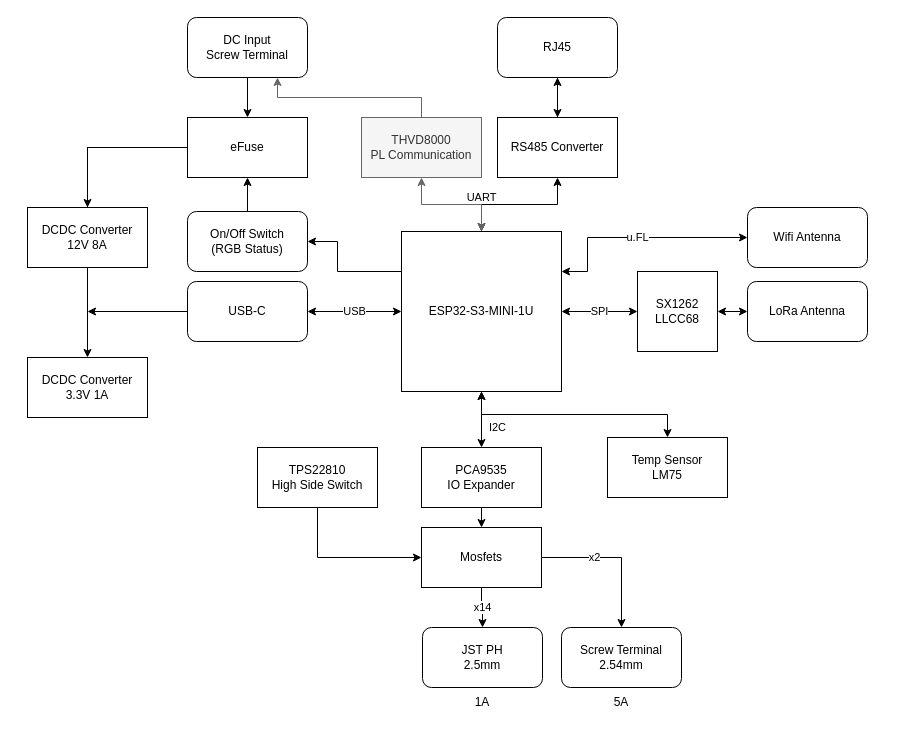
Before: pcb/display/_dev/Diagram_Display.drawio in DLaxV-Community-Projects-Hub/Open-Shot-Clock, a draw.io diagram. Source tidied: cells renumbered, new cells numbered last; positions are measured from the earlier drawing's top-left corner, leaving out a move shared by most shapes. Both pictures are drawn from the tidied source at 100%, with x=0, y=0 at pixel (27, 17).
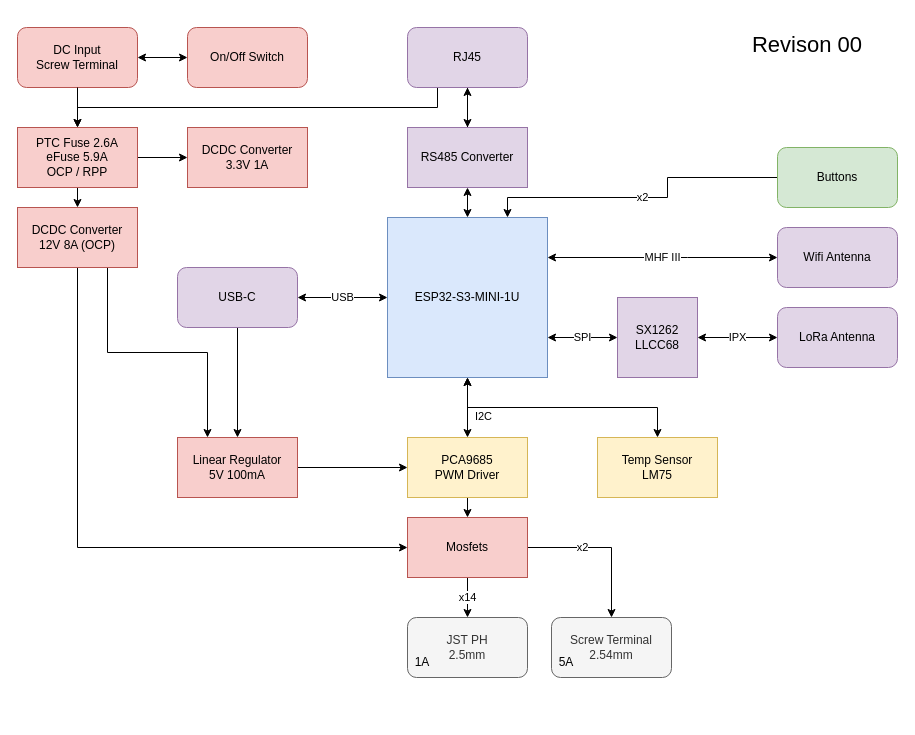
After the change.

Commit message (it also covers changes not shown here):
Updated block diagram for revision 00

The edit, as a diff of the source:
```diff
@@
-    <mxCell id="2" style="edgeStyle=orthogonalEdgeStyle;rounded=0;jettySize=auto;html=1;exitX=0;exitY=0.5;exitDx=0;exitDy=0;entryX=0.5;entryY=0;entryDx=0;entryDy=0;" parent="1" edge="1" source="34" target="43">
-      <mxGeometry relative="1" as="geometry">
-        <Array as="points">
-          <mxPoint x="60" y="130" />
-        </Array>
-      </mxGeometry>
-    </mxCell>
-    <mxCell id="3" style="edgeStyle=orthogonalEdgeStyle;rounded=0;jettySize=auto;html=1;exitX=0;exitY=0.25;exitDx=0;exitDy=0;entryX=1;entryY=0.5;entryDx=0;entryDy=0;" parent="1" edge="1" source="6" target="36">
-      <mxGeometry relative="1" as="geometry">
-        <Array as="points">
-          <mxPoint x="310" y="254" />
-          <mxPoint x="310" y="224" />
-        </Array>
-      </mxGeometry>
-    </mxCell>
-    <mxCell id="4" value="SPI" style="edgeStyle=orthogonalEdgeStyle;rounded=0;jettySize=auto;html=1;exitX=1;exitY=0.5;exitDx=0;exitDy=0;startArrow=classic;startFill=1;" parent="1" edge="1" source="6" target="8">
+    <mxCell id="4" value="SPI" style="edgeStyle=orthogonalEdgeStyle;rounded=0;jettySize=auto;html=1;exitX=1;exitY=0.75;exitDx=0;exitDy=0;startArrow=classic;startFill=1;" parent="1" edge="1" source="6" target="8">
       <mxGeometry relative="1" as="geometry" />
     </mxCell>
@@
-    <mxCell id="6" value="ESP32-S3-MINI-1U" style="whiteSpace=wrap;html=1;" parent="1" vertex="1">
-      <mxGeometry x="374" y="214" width="160" height="160" as="geometry" />
+    <mxCell id="6" value="ESP32-S3-MINI-1U" style="whiteSpace=wrap;html=1;fillColor=#dae8fc;strokeColor=#6c8ebf;" parent="1" vertex="1">
+      <mxGeometry x="360" y="200" width="160" height="160" as="geometry" />
     </mxCell>
-    <mxCell id="7" style="edgeStyle=orthogonalEdgeStyle;rounded=0;jettySize=auto;html=1;exitX=1;exitY=0.5;exitDx=0;exitDy=0;startArrow=classic;startFill=1;" parent="1" edge="1" source="8" target="30">
+    <mxCell id="7" value="IPX" style="edgeStyle=orthogonalEdgeStyle;rounded=0;jettySize=auto;html=1;exitX=1;exitY=0.5;exitDx=0;exitDy=0;startArrow=classic;startFill=1;" parent="1" edge="1" source="8" target="30">
       <mxGeometry relative="1" as="geometry" />
     </mxCell>
-    <mxCell id="8" value="SX1262&lt;div&gt;LLCC68&lt;/div&gt;" style="whiteSpace=wrap;html=1;" parent="1" vertex="1">
-      <mxGeometry x="610" y="254" width="80" height="80" as="geometry" />
+    <mxCell id="8" value="SX1262&lt;div&gt;LLCC68&lt;/div&gt;" style="whiteSpace=wrap;html=1;fillColor=#e1d5e7;strokeColor=#9673a6;" parent="1" vertex="1">
+      <mxGeometry x="590" y="280" width="80" height="80" as="geometry" />
     </mxCell>
@@
-    <mxCell id="10" style="edgeStyle=orthogonalEdgeStyle;rounded=0;jettySize=auto;html=1;exitX=0;exitY=0.5;exitDx=0;exitDy=0;" parent="1" edge="1" source="11">
-      <mxGeometry relative="1" as="geometry">
-        <mxPoint x="60" y="294" as="targetPoint" />
-      </mxGeometry>
+    <mxCell id="10" style="edgeStyle=orthogonalEdgeStyle;rounded=0;jettySize=auto;html=1;exitX=0.5;exitY=1;exitDx=0;exitDy=0;entryX=0.5;entryY=0;entryDx=0;entryDy=0;" parent="1" edge="1" source="11" target="49">
+      <mxGeometry relative="1" as="geometry" />
     </mxCell>
-    <mxCell id="11" value="USB-C" style="rounded=1;whiteSpace=wrap;html=1;" parent="1" vertex="1">
-      <mxGeometry x="160" y="264" width="120" height="60" as="geometry" />
+    <mxCell id="11" value="USB-C" style="rounded=1;whiteSpace=wrap;html=1;fillColor=#e1d5e7;strokeColor=#9673a6;" parent="1" vertex="1">
+      <mxGeometry x="150" y="250" width="120" height="60" as="geometry" />
     </mxCell>
@@
+    <mxCell id="44" style="edgeStyle=orthogonalEdgeStyle;rounded=0;jettySize=auto;html=1;exitX=0.25;exitY=1;exitDx=0;exitDy=0;entryX=0.5;entryY=0;entryDx=0;entryDy=0;" parent="1" edge="1" source="13" target="34">
+      <mxGeometry relative="1" as="geometry">
+        <Array as="points">
+          <mxPoint x="410" y="90" />
+          <mxPoint x="50" y="90" />
+        </Array>
+      </mxGeometry>
+    </mxCell>
-    <mxCell id="13" value="RJ45" style="rounded=1;whiteSpace=wrap;html=1;" parent="1" vertex="1">
-      <mxGeometry x="470" width="120" height="60" as="geometry" />
+    <mxCell id="13" value="RJ45" style="rounded=1;whiteSpace=wrap;html=1;fillColor=#e1d5e7;strokeColor=#9673a6;" parent="1" vertex="1">
+      <mxGeometry x="380" y="10" width="120" height="60" as="geometry" />
     </mxCell>
@@
-    <mxCell id="16" value="RS485 Converter" style="rounded=0;whiteSpace=wrap;html=1;" parent="1" vertex="1">
-      <mxGeometry x="470" y="100" width="120" height="60" as="geometry" />
+    <mxCell id="16" value="RS485 Converter" style="rounded=0;whiteSpace=wrap;html=1;fillColor=#e1d5e7;strokeColor=#9673a6;" parent="1" vertex="1">
+      <mxGeometry x="380" y="110" width="120" height="60" as="geometry" />
     </mxCell>
-    <mxCell id="17" value="UART" style="edgeStyle=orthogonalEdgeStyle;rounded=0;jettySize=auto;html=1;exitX=0.5;exitY=1;exitDx=0;exitDy=0;entryX=0.5;entryY=0;entryDx=0;entryDy=0;startArrow=classic;startFill=1;fillColor=#f5f5f5;strokeColor=#666666;" parent="1" edge="1" source="19" target="6">
-      <mxGeometry x="0.53" y="-7" relative="1" as="geometry">
-        <mxPoint x="7" y="-7" as="offset" />
-      </mxGeometry>
-    </mxCell>
-    <mxCell id="18" style="edgeStyle=orthogonalEdgeStyle;rounded=0;jettySize=auto;html=1;exitX=0.5;exitY=0;exitDx=0;exitDy=0;entryX=0.75;entryY=1;entryDx=0;entryDy=0;fillColor=#f5f5f5;strokeColor=#666666;" parent="1" edge="1" source="19" target="21">
-      <mxGeometry relative="1" as="geometry" />
-    </mxCell>
-    <mxCell id="19" value="THVD8000&lt;br&gt;PL Communication" style="rounded=0;whiteSpace=wrap;html=1;fillColor=#f5f5f5;fontColor=#333333;strokeColor=#666666;" parent="1" vertex="1">
-      <mxGeometry x="334" y="100" width="120" height="60" as="geometry" />
-    </mxCell>
-    <mxCell id="20" style="edgeStyle=orthogonalEdgeStyle;rounded=0;jettySize=auto;html=1;exitX=0.5;exitY=1;exitDx=0;exitDy=0;entryX=0.5;entryY=0;entryDx=0;entryDy=0;" parent="1" edge="1" source="21" target="34">
+    <mxCell id="20" style="edgeStyle=orthogonalEdgeStyle;rounded=0;jettySize=auto;html=1;exitX=1;exitY=0.5;exitDx=0;exitDy=0;entryX=0;entryY=0.5;entryDx=0;entryDy=0;startArrow=classic;startFill=1;" parent="1" edge="1" source="21" target="36">
       <mxGeometry relative="1" as="geometry" />
     </mxCell>
-    <mxCell id="21" value="DC Input&lt;div&gt;Screw Terminal&lt;/div&gt;" style="rounded=1;whiteSpace=wrap;html=1;" parent="1" vertex="1">
-      <mxGeometry x="160" width="120" height="60" as="geometry" />
+    <mxCell id="21" value="DC Input&lt;div&gt;Screw Terminal&lt;/div&gt;" style="rounded=1;whiteSpace=wrap;html=1;fillColor=#f8cecc;strokeColor=#b85450;" parent="1" vertex="1">
+      <mxGeometry x="-10" y="10" width="120" height="60" as="geometry" />
     </mxCell>
+    <mxCell id="45" style="edgeStyle=orthogonalEdgeStyle;rounded=0;jettySize=auto;html=1;exitX=0.5;exitY=1;exitDx=0;exitDy=0;entryX=0;entryY=0.5;entryDx=0;entryDy=0;" parent="1" edge="1" source="22" target="27">
+      <mxGeometry relative="1" as="geometry">
+        <Array as="points">
+          <mxPoint x="50" y="530" />
+        </Array>
+      </mxGeometry>
+    </mxCell>
+    <mxCell id="46" style="edgeStyle=orthogonalEdgeStyle;rounded=0;jettySize=auto;html=1;exitX=0.75;exitY=1;exitDx=0;exitDy=0;entryX=0.25;entryY=0;entryDx=0;entryDy=0;" parent="1" edge="1" source="22" target="49">
+      <mxGeometry relative="1" as="geometry" />
+    </mxCell>
-    <mxCell id="22" value="DCDC Converter&lt;div&gt;12V 8A&lt;/div&gt;" style="rounded=0;whiteSpace=wrap;html=1;" parent="1" vertex="1">
-      <mxGeometry y="190" width="120" height="60" as="geometry" />
+    <mxCell id="22" value="DCDC Converter&lt;div&gt;12V 8A (OCP)&lt;/div&gt;" style="rounded=0;whiteSpace=wrap;html=1;fillColor=#f8cecc;strokeColor=#b85450;" parent="1" vertex="1">
+      <mxGeometry x="-10" y="190" width="120" height="60" as="geometry" />
     </mxCell>
@@
-    <mxCell id="24" value="PCA9535&lt;br&gt;&lt;div&gt;IO Expander&lt;/div&gt;" style="rounded=0;whiteSpace=wrap;html=1;" parent="1" vertex="1">
-      <mxGeometry x="394" y="430" width="120" height="60" as="geometry" />
+    <mxCell id="24" value="PCA9685&lt;br&gt;&lt;div&gt;PWM Driver&lt;/div&gt;" style="rounded=0;whiteSpace=wrap;html=1;fillColor=#fff2cc;strokeColor=#d6b656;" parent="1" vertex="1">
+      <mxGeometry x="380" y="420" width="120" height="60" as="geometry" />
     </mxCell>
@@
-    <mxCell id="27" value="Mosfets" style="rounded=0;whiteSpace=wrap;html=1;" parent="1" vertex="1">
-      <mxGeometry x="394" y="510" width="120" height="60" as="geometry" />
+    <mxCell id="27" value="Mosfets" style="rounded=0;whiteSpace=wrap;html=1;fillColor=#f8cecc;strokeColor=#b85450;" parent="1" vertex="1">
+      <mxGeometry x="380" y="500" width="120" height="60" as="geometry" />
     </mxCell>
-    <mxCell id="28" value="JST PH&lt;div&gt;2.5mm&lt;/div&gt;" style="rounded=1;whiteSpace=wrap;html=1;" parent="1" vertex="1">
-      <mxGeometry x="395" y="610" width="120" height="60" as="geometry" />
+    <mxCell id="28" value="JST PH&lt;div&gt;2.5mm&lt;/div&gt;" style="rounded=1;whiteSpace=wrap;html=1;fillColor=#f5f5f5;strokeColor=#666666;fontColor=#333333;" parent="1" vertex="1">
+      <mxGeometry x="380" y="600" width="120" height="60" as="geometry" />
     </mxCell>
-    <mxCell id="29" value="Screw Terminal&lt;div&gt;2.54mm&lt;/div&gt;" style="rounded=1;whiteSpace=wrap;html=1;" parent="1" vertex="1">
-      <mxGeometry x="534" y="610" width="120" height="60" as="geometry" />
+    <mxCell id="29" value="Screw Terminal&lt;div&gt;2.54mm&lt;/div&gt;" style="rounded=1;whiteSpace=wrap;html=1;fillColor=#f5f5f5;strokeColor=#666666;fontColor=#333333;" parent="1" vertex="1">
+      <mxGeometry x="524" y="600" width="120" height="60" as="geometry" />
     </mxCell>
-    <mxCell id="30" value="LoRa Antenna" style="rounded=1;whiteSpace=wrap;html=1;" parent="1" vertex="1">
-      <mxGeometry x="720" y="264" width="120" height="60" as="geometry" />
+    <mxCell id="30" value="LoRa Antenna" style="rounded=1;whiteSpace=wrap;html=1;fillColor=#e1d5e7;strokeColor=#9673a6;" parent="1" vertex="1">
+      <mxGeometry x="750" y="290" width="120" height="60" as="geometry" />
     </mxCell>
-    <mxCell id="31" value="u.FL" style="edgeStyle=orthogonalEdgeStyle;rounded=0;jettySize=auto;html=1;exitX=0;exitY=0.5;exitDx=0;exitDy=0;entryX=1;entryY=0.25;entryDx=0;entryDy=0;startArrow=classic;startFill=1;" parent="1" edge="1" source="32" target="6">
+    <mxCell id="31" value="MHF III" style="edgeStyle=orthogonalEdgeStyle;rounded=0;jettySize=auto;html=1;exitX=0;exitY=0.5;exitDx=0;exitDy=0;entryX=1;entryY=0.25;entryDx=0;entryDy=0;startArrow=classic;startFill=1;" parent="1" edge="1" source="32" target="6">
       <mxGeometry relative="1" as="geometry">
         <Array as="points">
-          <mxPoint x="560" y="220" />
-          <mxPoint x="560" y="254" />
+          <mxPoint x="660" y="240" />
+          <mxPoint x="660" y="240" />
         </Array>
       </mxGeometry>
     </mxCell>
-    <mxCell id="32" value="Wifi Antenna" style="rounded=1;whiteSpace=wrap;html=1;" parent="1" vertex="1">
-      <mxGeometry x="720" y="190" width="120" height="60" as="geometry" />
+    <mxCell id="32" value="Wifi Antenna" style="rounded=1;whiteSpace=wrap;html=1;fillColor=#e1d5e7;strokeColor=#9673a6;" parent="1" vertex="1">
+      <mxGeometry x="750" y="210" width="120" height="60" as="geometry" />
     </mxCell>
-    <mxCell id="33" style="edgeStyle=orthogonalEdgeStyle;rounded=0;jettySize=auto;html=1;exitX=0;exitY=0.5;exitDx=0;exitDy=0;entryX=0.5;entryY=0;entryDx=0;entryDy=0;" parent="1" edge="1" source="34" target="22">
+    <mxCell id="33" style="edgeStyle=orthogonalEdgeStyle;rounded=0;jettySize=auto;html=1;entryX=0.5;entryY=0;entryDx=0;entryDy=0;exitX=0.5;exitY=1;exitDx=0;exitDy=0;" parent="1" edge="1" source="34" target="22">
       <mxGeometry relative="1" as="geometry" />
     </mxCell>
+    <mxCell id="2" style="edgeStyle=orthogonalEdgeStyle;rounded=0;jettySize=auto;html=1;exitX=1;exitY=0.5;exitDx=0;exitDy=0;" parent="1" edge="1" source="34" target="43">
+      <mxGeometry relative="1" as="geometry" />
+    </mxCell>
-    <mxCell id="34" value="eFuse" style="rounded=0;whiteSpace=wrap;html=1;" parent="1" vertex="1">
-      <mxGeometry x="160" y="100" width="120" height="60" as="geometry" />
+    <mxCell id="34" value="&lt;div&gt;PTC Fuse 2.6A&lt;/div&gt;eFuse&amp;nbsp;&lt;span style=&quot;background-color: initial;&quot;&gt;5.9A&lt;/span&gt;&lt;div&gt;&lt;span style=&quot;background-color: initial;&quot;&gt;OCP / RPP&lt;/span&gt;&lt;/div&gt;" style="rounded=0;whiteSpace=wrap;html=1;fillColor=#f8cecc;strokeColor=#b85450;" parent="1" vertex="1">
+      <mxGeometry x="-10" y="110" width="120" height="60" as="geometry" />
     </mxCell>
-    <mxCell id="35" style="edgeStyle=orthogonalEdgeStyle;rounded=0;jettySize=auto;html=1;exitX=0.5;exitY=0;exitDx=0;exitDy=0;entryX=0.5;entryY=1;entryDx=0;entryDy=0;" parent="1" edge="1" source="36" target="34">
-      <mxGeometry relative="1" as="geometry" />
-    </mxCell>
+    <mxCell id="47" style="edgeStyle=orthogonalEdgeStyle;rounded=0;jettySize=auto;html=1;exitX=0.5;exitY=1;exitDx=0;exitDy=0;entryX=0.5;entryY=0;entryDx=0;entryDy=0;" parent="1" edge="1" source="21" target="34">
+      <mxGeometry relative="1" as="geometry" />
+    </mxCell>
-    <mxCell id="36" value="On/Off Switch&lt;div&gt;(RGB Status)&lt;/div&gt;" style="rounded=1;whiteSpace=wrap;html=1;" parent="1" vertex="1">
-      <mxGeometry x="160" y="194" width="120" height="60" as="geometry" />
+    <mxCell id="36" value="On/Off Switch" style="rounded=1;whiteSpace=wrap;html=1;fillColor=#f8cecc;strokeColor=#b85450;" parent="1" vertex="1">
+      <mxGeometry x="160" y="10" width="120" height="60" as="geometry" />
     </mxCell>
@@
-    <mxCell id="38" value="Temp Sensor&lt;div&gt;LM75&lt;/div&gt;" style="rounded=0;whiteSpace=wrap;html=1;" parent="1" vertex="1">
-      <mxGeometry x="580" y="420" width="120" height="60" as="geometry" />
+    <mxCell id="38" value="Temp Sensor&lt;div&gt;LM75&lt;/div&gt;" style="rounded=0;whiteSpace=wrap;html=1;fillColor=#fff2cc;strokeColor=#d6b656;" parent="1" vertex="1">
+      <mxGeometry x="570" y="420" width="120" height="60" as="geometry" />
     </mxCell>
     <mxCell id="39" value="1A" style="text;html=1;align=center;verticalAlign=middle;whiteSpace=wrap;rounded=0;" parent="1" vertex="1">
-      <mxGeometry x="425" y="670" width="60" height="30" as="geometry" />
+      <mxGeometry x="380" y="630" width="30" height="30" as="geometry" />
     </mxCell>
     <mxCell id="40" value="5A" style="text;html=1;align=center;verticalAlign=middle;whiteSpace=wrap;rounded=0;" parent="1" vertex="1">
-      <mxGeometry x="564" y="670" width="60" height="30" as="geometry" />
+      <mxGeometry x="524" y="630" width="30" height="30" as="geometry" />
     </mxCell>
-    <mxCell id="41" style="edgeStyle=orthogonalEdgeStyle;rounded=0;jettySize=auto;html=1;exitX=0.5;exitY=1;exitDx=0;exitDy=0;entryX=0;entryY=0.5;entryDx=0;entryDy=0;" parent="1" edge="1" source="42" target="27">
-      <mxGeometry relative="1" as="geometry" />
-    </mxCell>
-    <mxCell id="42" value="TPS22810&lt;br&gt;High Side Switch" style="rounded=0;whiteSpace=wrap;html=1;" parent="1" vertex="1">
-      <mxGeometry x="230" y="430" width="120" height="60" as="geometry" />
-    </mxCell>
-    <mxCell id="43" value="DCDC Converter&lt;div&gt;3.3V 1A&lt;/div&gt;" style="rounded=0;whiteSpace=wrap;html=1;" parent="1" vertex="1">
-      <mxGeometry y="340" width="120" height="60" as="geometry" />
+    <mxCell id="43" value="DCDC Converter&lt;div&gt;3.3V 1A&lt;/div&gt;" style="rounded=0;whiteSpace=wrap;html=1;fillColor=#f8cecc;strokeColor=#b85450;" parent="1" vertex="1">
+      <mxGeometry x="160" y="110" width="120" height="60" as="geometry" />
     </mxCell>
+    <mxCell id="48" style="edgeStyle=orthogonalEdgeStyle;rounded=0;jettySize=auto;html=1;exitX=1;exitY=0.5;exitDx=0;exitDy=0;" parent="1" edge="1" source="49" target="24">
+      <mxGeometry relative="1" as="geometry" />
+    </mxCell>
+    <mxCell id="49" value="Linear Regulator&lt;div&gt;5V 100mA&lt;/div&gt;" style="rounded=0;whiteSpace=wrap;html=1;fillColor=#f8cecc;strokeColor=#b85450;" parent="1" vertex="1">
+      <mxGeometry x="150" y="420" width="120" height="60" as="geometry" />
+    </mxCell>
+    <mxCell id="50" value="x2" style="edgeStyle=orthogonalEdgeStyle;rounded=0;jettySize=auto;html=1;exitX=0;exitY=0.5;exitDx=0;exitDy=0;entryX=0.75;entryY=0;entryDx=0;entryDy=0;" parent="1" edge="1" source="51" target="6">
+      <mxGeometry relative="1" as="geometry">
+        <Array as="points">
+          <mxPoint x="640" y="160" />
+          <mxPoint x="640" y="180" />
+          <mxPoint x="480" y="180" />
+        </Array>
+      </mxGeometry>
+    </mxCell>
+    <mxCell id="51" value="Buttons" style="rounded=1;whiteSpace=wrap;html=1;fillColor=#d5e8d4;strokeColor=#82b366;" parent="1" vertex="1">
+      <mxGeometry x="750" y="130" width="120" height="60" as="geometry" />
+    </mxCell>
+    <mxCell id="52" value="Revison 00" style="text;html=1;align=center;verticalAlign=middle;whiteSpace=wrap;rounded=0;fontSize=22;" parent="1" vertex="1">
+      <mxGeometry x="700" width="160" height="55" as="geometry" />
+    </mxCell>
```
